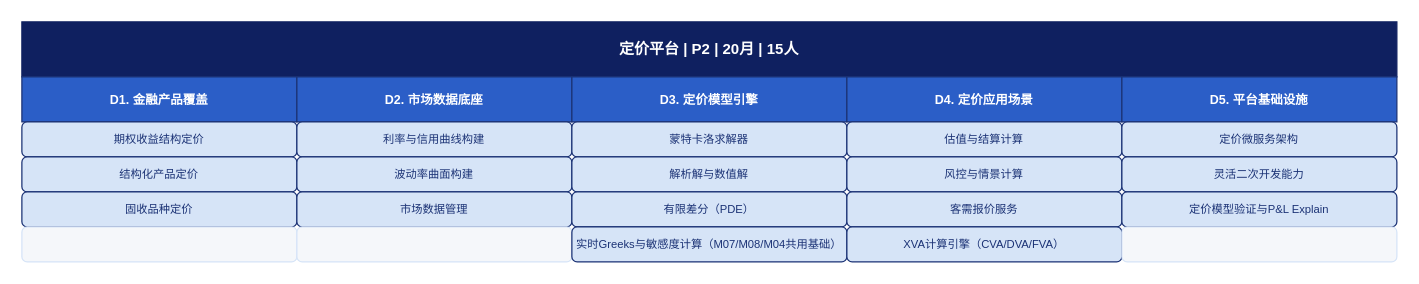
Before: Feasibility_analysis/drawio/detail_09_定价平台.drawio in BellyFish99/ficc-projDocs, a draw.io diagram. Source tidied: cells renumbered, new cells numbered last; positions are measured from the earlier drawing's top-left corner, leaving out a move shared by most shapes. Both pictures are drawn from the tidied source at 125%, with x=0, y=0 at pixel (21, 21).
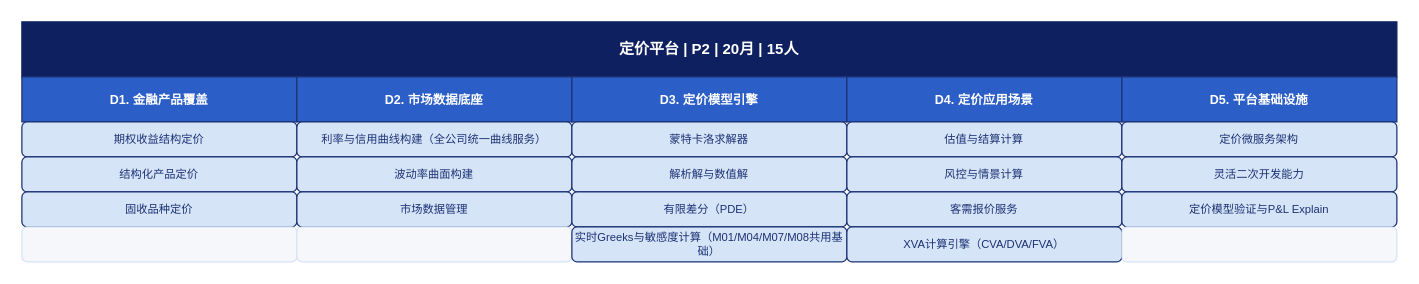
The same diagram, later.

Diff of the diagram source:
```diff
@@
-    <mxCell id="9" value="利率与信用曲线构建" style="rounded=1;whiteSpace=wrap;html=1;fillColor=#D6E4F7;fontColor=#1B3275;strokeColor=#1B3275;fontSize=9;align=center;verticalAlign=middle;" parent="1" vertex="1">
+    <mxCell id="9" value="利率与信用曲线构建（全公司统一曲线服务）" style="rounded=1;whiteSpace=wrap;html=1;fillColor=#D6E4F7;fontColor=#1B3275;strokeColor=#1B3275;fontSize=9;align=center;verticalAlign=middle;" parent="1" vertex="1">
       <mxGeometry x="220" y="80" width="220" height="28" as="geometry" />
     </mxCell>
@@
-    <mxCell id="25" value="实时Greeks与敏感度计算（M07/M08/M04共用基础）" style="rounded=1;whiteSpace=wrap;html=1;fillColor=#D6E4F7;fontColor=#1B3275;strokeColor=#1B3275;fontSize=9;align=center;verticalAlign=middle;" parent="1" vertex="1">
+    <mxCell id="25" value="实时Greeks与敏感度计算（M01/M04/M07/M08共用基础）" style="rounded=1;whiteSpace=wrap;html=1;fillColor=#D6E4F7;fontColor=#1B3275;strokeColor=#1B3275;fontSize=9;align=center;verticalAlign=middle;" parent="1" vertex="1">
       <mxGeometry x="440" y="164" width="220" height="28" as="geometry" />
     </mxCell>
```
